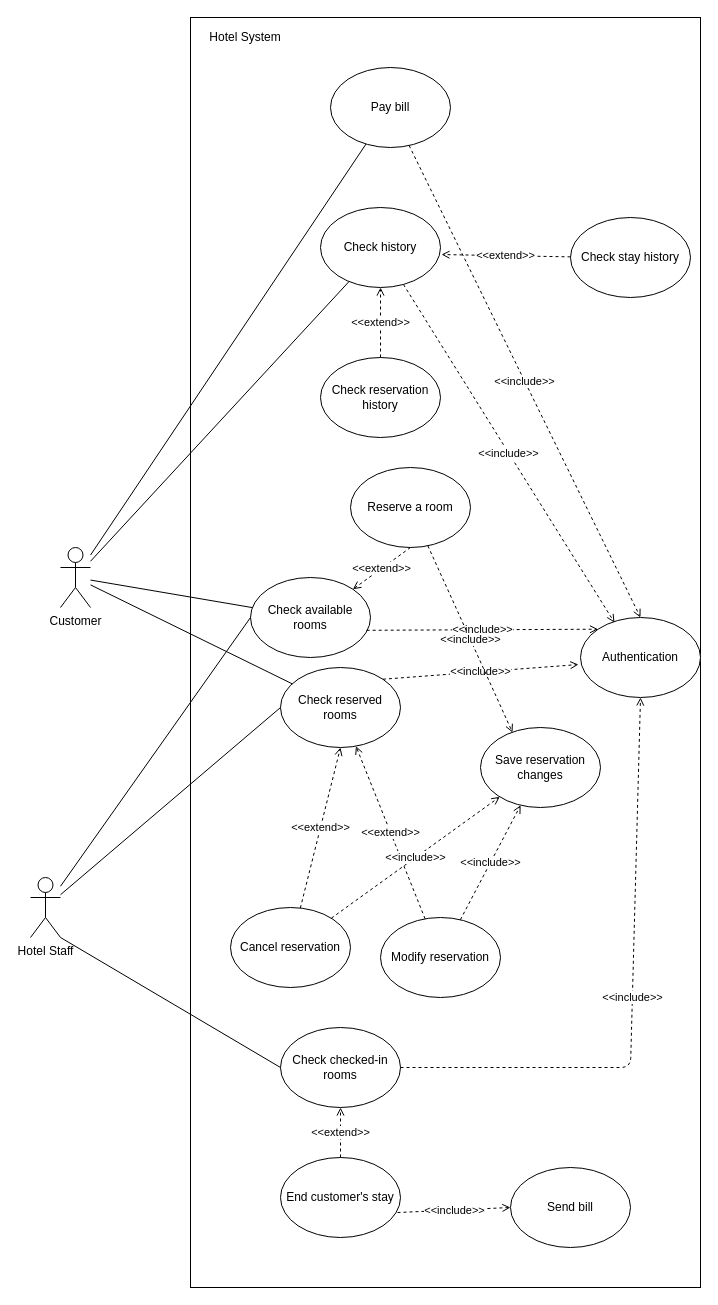
Before: Diagrams/UseCase/HotelManager.drawio in mclhtay/CS4471, a draw.io diagram. Source tidied: cells renumbered, new cells numbered last; positions are measured from the earlier drawing's top-left corner, leaving out a move shared by most shapes. Both pictures are drawn from the tidied source at 100%, with x=0, y=0 at pixel (30, 17).
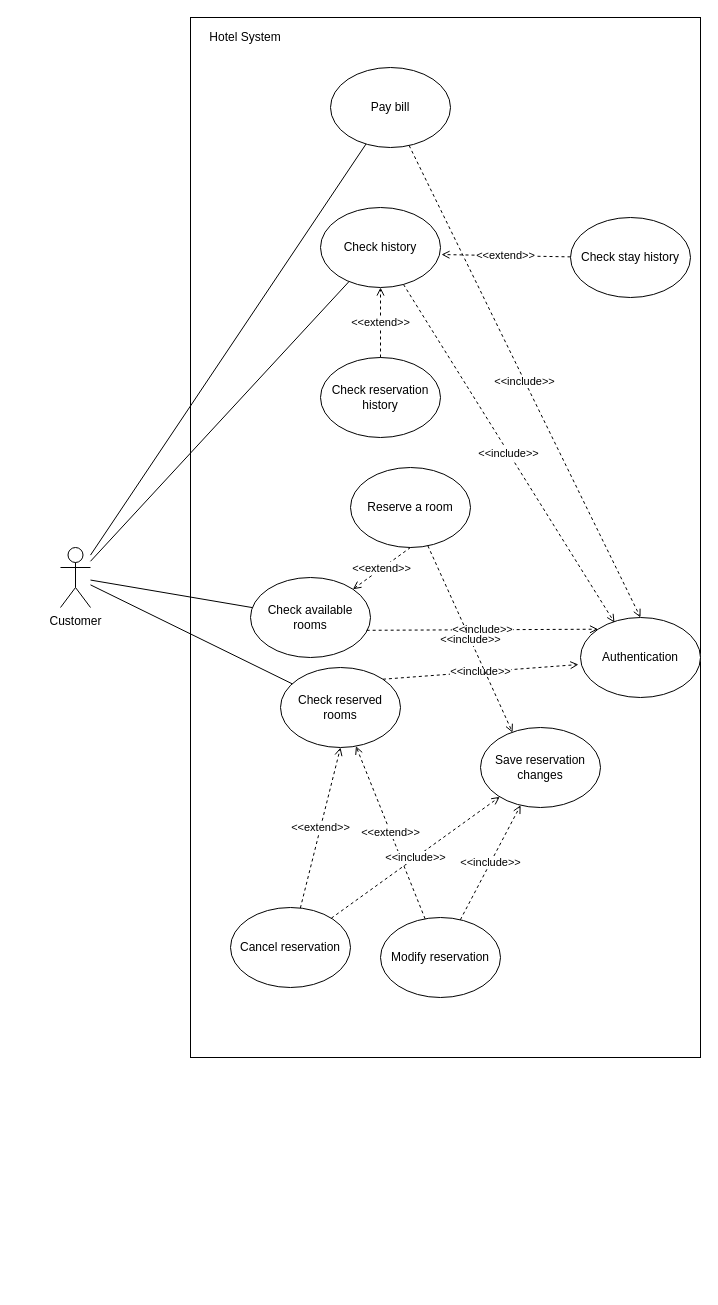
The same diagram, later.

Commit message (it also covers changes not shown here):
Separate two diagram

Remove the stuff from hotelBooker

Unchanged cells that the change refers to:
```xml
<mxCell id="4" value="Authentication" style="ellipse;whiteSpace=wrap;html=1;" parent="1" vertex="1">
  <mxGeometry x="550" y="600" width="120" height="80" as="geometry" />
</mxCell>
<mxCell id="6" value="Check reserved rooms" style="ellipse;whiteSpace=wrap;html=1;" parent="1" vertex="1">
  <mxGeometry x="250" y="650" width="120" height="80" as="geometry" />
</mxCell>
<mxCell id="20" value="Check available rooms" style="ellipse;whiteSpace=wrap;html=1;" parent="1" vertex="1">
  <mxGeometry x="220" y="560" width="120" height="80" as="geometry" />
</mxCell>
```

Change to the diagram source:
```diff
@@
     <mxCell id="2" style="rounded=0;whiteSpace=wrap;html=1;" parent="1" vertex="1">
-      <mxGeometry x="160" width="510" height="1270" as="geometry" />
+      <mxGeometry x="160" width="510" height="1040" as="geometry" />
     </mxCell>
-    <mxCell id="3" value="Hotel Staff" style="shape=umlActor;verticalLabelPosition=bottom;verticalAlign=top;html=1;outlineConnect=0;" parent="1" vertex="1">
-      <mxGeometry y="860" width="30" height="60" as="geometry" />
-    </mxCell>
@@
-    <mxCell id="5" value="Check checked-in rooms" style="ellipse;whiteSpace=wrap;html=1;" parent="1" vertex="1">
-      <mxGeometry x="250" y="1010" width="120" height="80" as="geometry" />
-    </mxCell>
@@
-    <mxCell id="7" value="End customer's stay" style="ellipse;whiteSpace=wrap;html=1;" parent="1" vertex="1">
-      <mxGeometry x="250" y="1140" width="120" height="80" as="geometry" />
-    </mxCell>
@@
-    <mxCell id="9" value="Send bill" style="ellipse;whiteSpace=wrap;html=1;" parent="1" vertex="1">
-      <mxGeometry x="480" y="1150" width="120" height="80" as="geometry" />
-    </mxCell>
@@
-    <mxCell id="11" style="endArrow=none;html=1;entryX=0;entryY=0.5;entryDx=0;entryDy=0;" parent="1" edge="1" source="3" target="6">
-      <mxGeometry relative="1" as="geometry" />
-    </mxCell>
-    <mxCell id="12" style="endArrow=none;html=1;exitX=1;exitY=1;exitDx=0;exitDy=0;exitPerimeter=0;entryX=0;entryY=0.5;entryDx=0;entryDy=0;" parent="1" edge="1" source="3" target="5">
-      <mxGeometry relative="1" as="geometry" />
-    </mxCell>
@@
-    <mxCell id="15" value="&amp;lt;&amp;lt;extend&amp;gt;&amp;gt;" style="endArrow=open;html=1;exitX=0.5;exitY=0;exitDx=0;exitDy=0;entryX=0.5;entryY=1;entryDx=0;entryDy=0;dashed=1;endFill=0;" parent="1" edge="1" source="7" target="5">
-      <mxGeometry relative="1" as="geometry" />
-    </mxCell>
-    <mxCell id="16" value="&amp;lt;&amp;lt;include&amp;gt;&amp;gt;" style="endArrow=open;html=1;exitX=0.975;exitY=0.688;exitDx=0;exitDy=0;dashed=1;endFill=0;exitPerimeter=0;entryX=0;entryY=0.5;entryDx=0;entryDy=0;" parent="1" edge="1" source="7" target="9">
-      <mxGeometry relative="1" as="geometry" />
-    </mxCell>
-    <mxCell id="17" value="&amp;lt;&amp;lt;include&amp;gt;&amp;gt;" style="endArrow=open;html=1;dashed=1;endFill=0;entryX=0.5;entryY=1;entryDx=0;entryDy=0;" parent="1" edge="1" source="5" target="4">
-      <mxGeometry relative="1" as="geometry">
-        <Array as="points">
-          <mxPoint x="600" y="1050" />
-        </Array>
-      </mxGeometry>
-    </mxCell>
@@
-    <mxCell id="21" style="endArrow=none;html=1;entryX=0;entryY=0.5;entryDx=0;entryDy=0;" parent="1" edge="1" source="3" target="20">
-      <mxGeometry relative="1" as="geometry" />
-    </mxCell>
@@
+    <mxCell id="42" style="edgeStyle=orthogonalEdgeStyle;rounded=0;orthogonalLoop=1;jettySize=auto;html=1;exitX=0.5;exitY=1;exitDx=0;exitDy=0;" parent="1" edge="1" source="2" target="2">
+      <mxGeometry relative="1" as="geometry" />
+    </mxCell>
```
